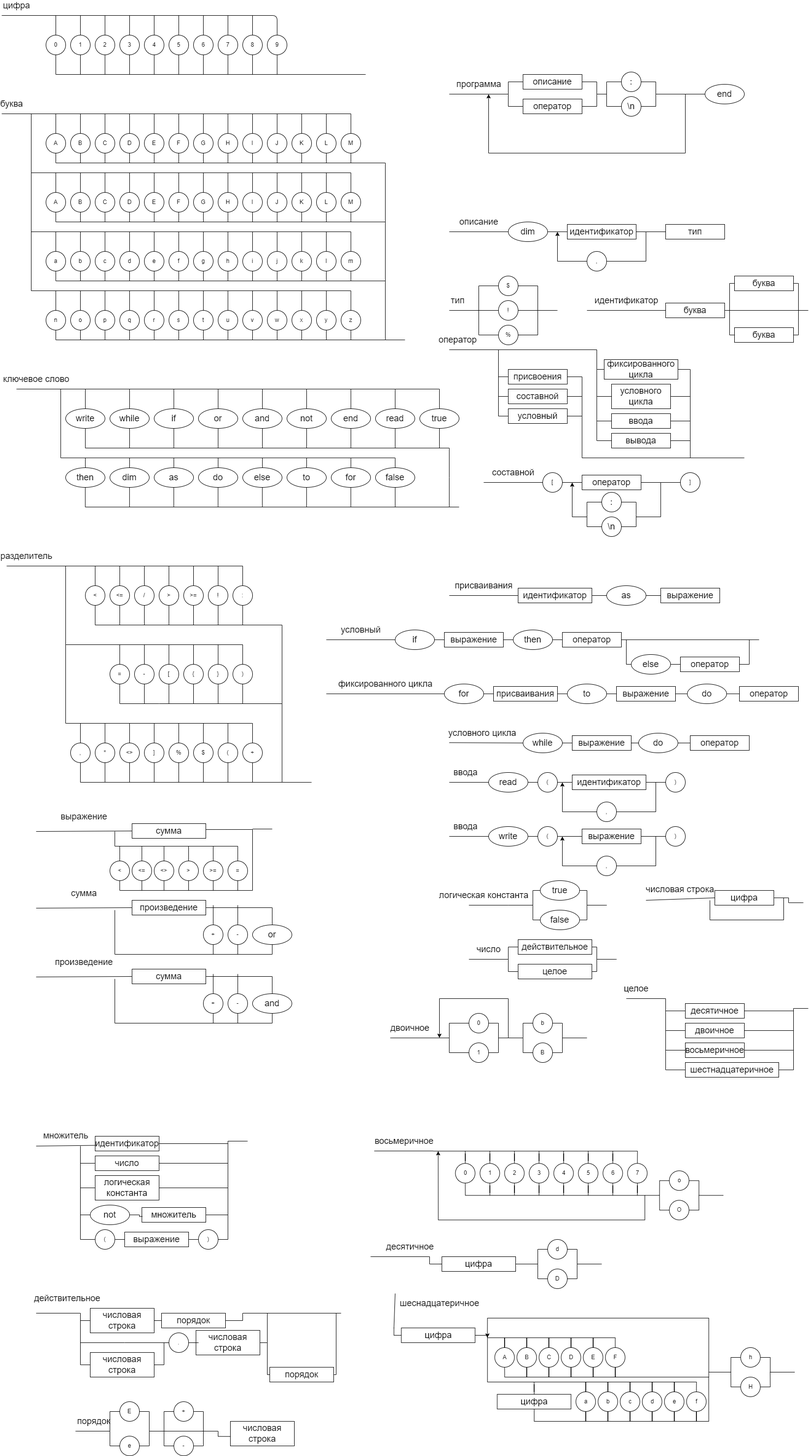
Earlier version of the draw.io export CURSACH/Cursach_virt.drawio.png (IsaevSlava2001/TFL3). Source tidied: cells renumbered, new cells last; positions are measured from the earlier drawing's top-left corner, leaving out a move shared by most shapes.
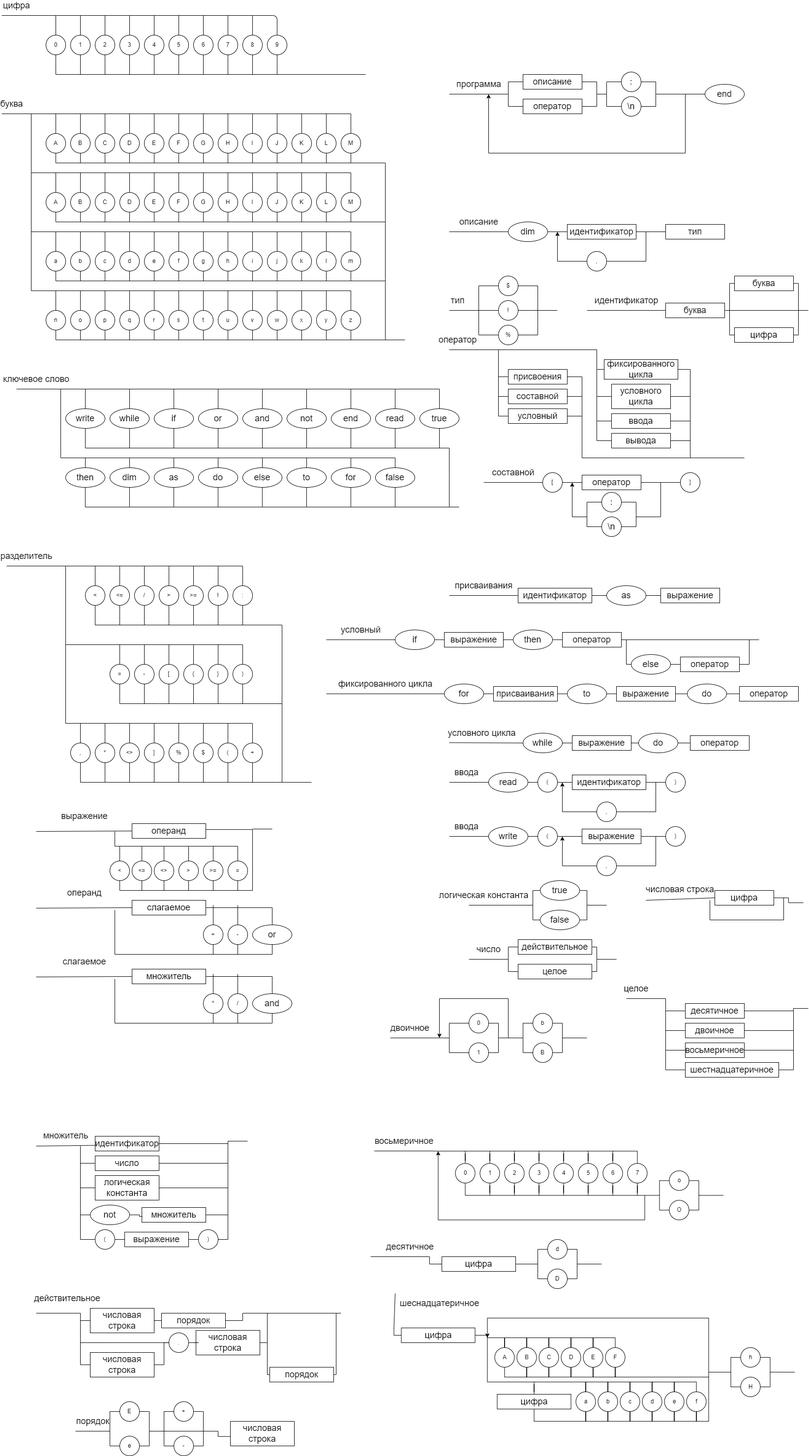
After the commit.

The edit, as a diff of the source:
```diff
@@ -1621,7 +1621,7 @@
         </Array>
       </mxGeometry>
     </mxCell>
-    <mxCell id="342" value="буква" style="rounded=0;whiteSpace=wrap;html=1;fontSize=18;" parent="1" vertex="1">
+    <mxCell id="342" value="цифра" style="rounded=0;whiteSpace=wrap;html=1;fontSize=18;" parent="1" vertex="1">
       <mxGeometry x="1490" y="635" width="120" height="30" as="geometry" />
     </mxCell>
     <mxCell id="343" style="endArrow=none;html=1;rounded=0;fontSize=18;" parent="1" edge="1">
@@ -2091,7 +2091,7 @@
         </Array>
       </mxGeometry>
     </mxCell>
-    <mxCell id="450" value="сумма" style="rounded=0;whiteSpace=wrap;html=1;fontSize=18;" parent="1" vertex="1">
+    <mxCell id="450" value="операнд" style="rounded=0;whiteSpace=wrap;html=1;fontSize=18;" parent="1" vertex="1">
       <mxGeometry x="265" y="1644" width="150" height="30" as="geometry" />
     </mxCell>
     <mxCell id="451" style="edgeStyle=orthogonalEdgeStyle;rounded=0;jettySize=auto;html=1;fontSize=18;startArrow=none;startFill=0;endArrow=none;endFill=0;" parent="1" edge="1" source="453">
@@ -2177,7 +2177,7 @@
         <mxPoint x="510" y="1655" as="targetPoint" />
       </mxGeometry>
     </mxCell>
-    <mxCell id="469" value="сумма" style="endArrow=none;html=1;rounded=0;fontSize=18;entryX=0;entryY=0.5;entryDx=0;entryDy=0;" parent="1" edge="1" target="471">
+    <mxCell id="469" value="операнд" style="endArrow=none;html=1;rounded=0;fontSize=18;entryX=0;entryY=0.5;entryDx=0;entryDy=0;" parent="1" edge="1" target="471">
       <mxGeometry y="30" relative="1" as="geometry">
         <mxPoint x="70" y="1816" as="sourcePoint" />
       </mxGeometry>
@@ -2185,7 +2185,7 @@
     <mxCell id="470" style="edgeStyle=orthogonalEdgeStyle;rounded=0;jettySize=auto;html=1;entryX=0.5;entryY=0;entryDx=0;entryDy=0;fontSize=18;startArrow=none;startFill=0;endArrow=none;endFill=0;" parent="1" edge="1" source="471" target="479">
       <mxGeometry relative="1" as="geometry" />
     </mxCell>
-    <mxCell id="471" value="произведение" style="rounded=0;whiteSpace=wrap;html=1;fontSize=18;" parent="1" vertex="1">
+    <mxCell id="471" value="слагаемое" style="rounded=0;whiteSpace=wrap;html=1;fontSize=18;" parent="1" vertex="1">
       <mxGeometry x="265" y="1800" width="150" height="30" as="geometry" />
     </mxCell>
     <mxCell id="472" style="edgeStyle=orthogonalEdgeStyle;rounded=0;jettySize=auto;html=1;fontSize=18;startArrow=none;startFill=0;endArrow=none;endFill=0;" parent="1" edge="1" source="474">
@@ -2229,7 +2229,7 @@
     <mxCell id="480" value="and&lt;span style=&quot;color: rgba(0, 0, 0, 0); font-family: monospace; font-size: 0px; text-align: start;&quot;&gt;%3CmxGraphModel%3E%3Croot%3E%3CmxCell%20id%3D%220%22%2F%3E%3CmxCell%20id%3D%221%22%20parent%3D%220%22%2F%3E%3CmxCell%20id%3D%222%22%20value%3D%22or%22%20style%3D%22ellipse%3BwhiteSpace%3Dwrap%3Bhtml%3D1%3BfontSize%3D18%3B%22%20vertex%3D%221%22%20parent%3D%221%22%3E%3CmxGeometry%20x%3D%2220%22%20y%3D%22860%22%20width%3D%2280%22%20height%3D%2240%22%20as%3D%22geometry%22%2F%3E%3C%2FmxCell%3E%3C%2Froot%3E%3C%2FmxGraphModel%3E&lt;/span&gt;" style="ellipse;whiteSpace=wrap;html=1;fontSize=18;" parent="1" vertex="1">
       <mxGeometry x="510" y="1990" width="80" height="40" as="geometry" />
     </mxCell>
-    <mxCell id="481" value="произведение" style="endArrow=none;html=1;rounded=0;fontSize=18;entryX=0;entryY=0.5;entryDx=0;entryDy=0;" parent="1" edge="1" target="483">
+    <mxCell id="481" value="слагаемое" style="endArrow=none;html=1;rounded=0;fontSize=18;entryX=0;entryY=0.5;entryDx=0;entryDy=0;" parent="1" edge="1" target="483">
       <mxGeometry y="30" relative="1" as="geometry">
         <mxPoint x="70" y="1956" as="sourcePoint" />
       </mxGeometry>
@@ -2237,7 +2237,7 @@
     <mxCell id="482" style="edgeStyle=orthogonalEdgeStyle;rounded=0;jettySize=auto;html=1;entryX=0.5;entryY=0;entryDx=0;entryDy=0;fontSize=18;startArrow=none;startFill=0;endArrow=none;endFill=0;" parent="1" edge="1" source="483" target="480">
       <mxGeometry relative="1" as="geometry" />
     </mxCell>
-    <mxCell id="483" value="сумма" style="rounded=0;whiteSpace=wrap;html=1;fontSize=18;" parent="1" vertex="1">
+    <mxCell id="483" value="множитель" style="rounded=0;whiteSpace=wrap;html=1;fontSize=18;" parent="1" vertex="1">
       <mxGeometry x="265" y="1940" width="150" height="30" as="geometry" />
     </mxCell>
     <mxCell id="484" style="edgeStyle=orthogonalEdgeStyle;rounded=0;jettySize=auto;html=1;fontSize=18;startArrow=none;startFill=0;endArrow=none;endFill=0;" parent="1" edge="1" source="486">
@@ -2250,7 +2250,7 @@
         <mxPoint x="430" y="2050" as="targetPoint" />
       </mxGeometry>
     </mxCell>
-    <mxCell id="486" value="+" style="ellipse;whiteSpace=wrap;html=1;" parent="1" vertex="1">
+    <mxCell id="486" value="*" style="ellipse;whiteSpace=wrap;html=1;" parent="1" vertex="1">
       <mxGeometry x="410" y="1990" width="40" height="40" as="geometry" />
     </mxCell>
     <mxCell id="487" style="edgeStyle=orthogonalEdgeStyle;rounded=0;jettySize=auto;html=1;fontSize=18;startArrow=none;startFill=0;endArrow=none;endFill=0;" parent="1" edge="1" source="489">
@@ -2263,7 +2263,7 @@
         <mxPoint x="480" y="2050" as="targetPoint" />
       </mxGeometry>
     </mxCell>
-    <mxCell id="489" value="-" style="ellipse;whiteSpace=wrap;html=1;" parent="1" vertex="1">
+    <mxCell id="489" value="/" style="ellipse;whiteSpace=wrap;html=1;" parent="1" vertex="1">
       <mxGeometry x="460" y="1990" width="40" height="40" as="geometry" />
     </mxCell>
     <mxCell id="490" style="edgeStyle=orthogonalEdgeStyle;rounded=0;jettySize=auto;html=1;fontSize=18;startArrow=none;startFill=0;endArrow=none;endFill=0;exitX=0.5;exitY=1;exitDx=0;exitDy=0;" parent="1" edge="1" source="480">
```
